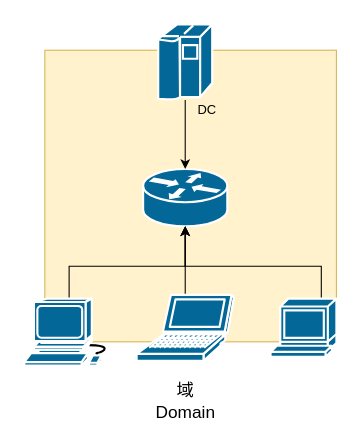
Before: assets/img/Integrated/Windows/笔记/域/2.drawio in ffffffff0x/1earn, a draw.io diagram. Source tidied: cells renumbered, new cells numbered last; positions are measured from the earlier drawing's top-left corner, leaving out a move shared by most shapes. Both pictures are drawn from the tidied source at 108%, with x=0, y=0 at pixel (24, 24).
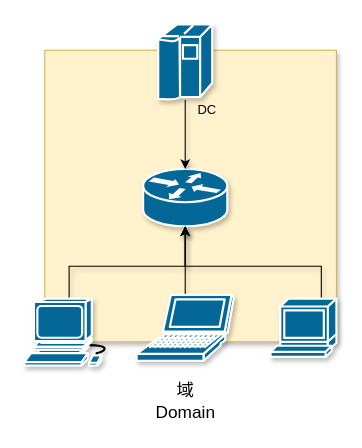
The same diagram, later.

Change to the diagram source:
```diff
@@
 <mxGraphModel>
   <root>
     <mxCell id="0" />
     <mxCell id="1" parent="0" />
-    <mxCell id="2" style="whiteSpace=wrap;html=1;fillColor=#fff2cc;strokeColor=#d6b656;" parent="1" vertex="1">
+    <mxCell id="2" style="whiteSpace=wrap;html=1;fillColor=#fff2cc;strokeColor=#d6b656;shadow=1;" parent="1" vertex="1">
       <mxGeometry x="19" y="24" width="270" height="270" as="geometry" />
     </mxCell>
-    <mxCell id="3" style="shape=mxgraph.cisco.routers.router;html=1;dashed=0;fillColor=#036897;strokeColor=#ffffff;strokeWidth=2;verticalLabelPosition=bottom;verticalAlign=top;align=center;outlineConnect=0;" parent="1" vertex="1">
+    <mxCell id="3" style="shape=mxgraph.cisco.routers.router;html=1;dashed=0;fillColor=#036897;strokeColor=#ffffff;strokeWidth=2;verticalLabelPosition=bottom;verticalAlign=top;align=center;outlineConnect=0;shadow=1;" parent="1" vertex="1">
       <mxGeometry x="110" y="134" width="78" height="53" as="geometry" />
     </mxCell>
-    <mxCell id="4" style="edgeStyle=orthogonalEdgeStyle;rounded=0;jettySize=auto;html=1;" parent="1" edge="1" source="5" target="3">
+    <mxCell id="4" style="edgeStyle=orthogonalEdgeStyle;rounded=0;jettySize=auto;html=1;shadow=1;" parent="1" edge="1" source="5" target="3">
       <mxGeometry relative="1" as="geometry" />
     </mxCell>
-    <mxCell id="5" style="shape=mxgraph.cisco.computers_and_peripherals.laptop;html=1;dashed=0;fillColor=#036897;strokeColor=#ffffff;strokeWidth=2;verticalLabelPosition=bottom;verticalAlign=top;align=center;outlineConnect=0;" parent="1" vertex="1">
+    <mxCell id="5" style="shape=mxgraph.cisco.computers_and_peripherals.laptop;html=1;dashed=0;fillColor=#036897;strokeColor=#ffffff;strokeWidth=2;verticalLabelPosition=bottom;verticalAlign=top;align=center;outlineConnect=0;shadow=1;" parent="1" vertex="1">
       <mxGeometry x="104" y="250.5" width="90" height="61" as="geometry" />
     </mxCell>
-    <mxCell id="6" style="edgeStyle=orthogonalEdgeStyle;rounded=0;jettySize=auto;html=1;" parent="1" edge="1" source="7" target="3">
+    <mxCell id="6" style="edgeStyle=orthogonalEdgeStyle;rounded=0;jettySize=auto;html=1;shadow=1;" parent="1" edge="1" source="7" target="3">
       <mxGeometry relative="1" as="geometry">
         <Array as="points">
           <mxPoint x="275" y="224" />
           <mxPoint x="149" y="224" />
         </Array>
       </mxGeometry>
     </mxCell>
-    <mxCell id="7" style="shape=mxgraph.cisco.computers_and_peripherals.terminal;html=1;dashed=0;fillColor=#036897;strokeColor=#ffffff;strokeWidth=2;verticalLabelPosition=bottom;verticalAlign=top;align=center;outlineConnect=0;" parent="1" vertex="1">
+    <mxCell id="7" style="shape=mxgraph.cisco.computers_and_peripherals.terminal;html=1;dashed=0;fillColor=#036897;strokeColor=#ffffff;strokeWidth=2;verticalLabelPosition=bottom;verticalAlign=top;align=center;outlineConnect=0;shadow=1;" parent="1" vertex="1">
       <mxGeometry x="228" y="254" width="61" height="54" as="geometry" />
     </mxCell>
-    <mxCell id="8" style="edgeStyle=orthogonalEdgeStyle;rounded=0;jettySize=auto;html=1;" parent="1" edge="1" source="9" target="3">
+    <mxCell id="8" style="edgeStyle=orthogonalEdgeStyle;rounded=0;jettySize=auto;html=1;shadow=1;" parent="1" edge="1" source="9" target="3">
       <mxGeometry relative="1" as="geometry">
         <Array as="points">
           <mxPoint x="42" y="224" />
           <mxPoint x="149" y="224" />
         </Array>
       </mxGeometry>
     </mxCell>
-    <mxCell id="9" style="shape=mxgraph.cisco.computers_and_peripherals.workstation;html=1;dashed=0;fillColor=#036897;strokeColor=#ffffff;strokeWidth=2;verticalLabelPosition=bottom;verticalAlign=top;align=center;outlineConnect=0;" parent="1" vertex="1">
+    <mxCell id="9" style="shape=mxgraph.cisco.computers_and_peripherals.workstation;html=1;dashed=0;fillColor=#036897;strokeColor=#ffffff;strokeWidth=2;verticalLabelPosition=bottom;verticalAlign=top;align=center;outlineConnect=0;shadow=1;" parent="1" vertex="1">
       <mxGeometry y="254" width="83" height="62" as="geometry" />
     </mxCell>
-    <mxCell id="10" style="edgeStyle=orthogonalEdgeStyle;rounded=0;jettySize=auto;html=1;fontSize=16;" parent="1" edge="1" source="11" target="3">
+    <mxCell id="10" style="edgeStyle=orthogonalEdgeStyle;rounded=0;jettySize=auto;html=1;fontSize=16;shadow=1;" parent="1" edge="1" source="11" target="3">
       <mxGeometry relative="1" as="geometry" />
     </mxCell>
-    <mxCell id="11" style="shape=mxgraph.cisco.computers_and_peripherals.ibm_mainframe;html=1;dashed=0;fillColor=#036897;strokeColor=#ffffff;strokeWidth=2;verticalLabelPosition=bottom;verticalAlign=top;align=center;outlineConnect=0;" parent="1" vertex="1">
+    <mxCell id="11" style="shape=mxgraph.cisco.computers_and_peripherals.ibm_mainframe;html=1;dashed=0;fillColor=#036897;strokeColor=#ffffff;strokeWidth=2;verticalLabelPosition=bottom;verticalAlign=top;align=center;outlineConnect=0;shadow=1;" parent="1" vertex="1">
       <mxGeometry x="124" width="50" height="70" as="geometry" />
     </mxCell>
-    <mxCell id="12" value="域&lt;br style=&quot;font-size: 16px&quot;&gt;Domain" style="text;html=1;align=center;verticalAlign=middle;fontSize=16;" parent="1" vertex="1">
+    <mxCell id="12" value="域&lt;br style=&quot;font-size: 16px&quot;&gt;Domain" style="text;html=1;align=center;verticalAlign=middle;fontSize=16;shadow=1;" parent="1" vertex="1">
       <mxGeometry x="114" y="329" width="70" height="40" as="geometry" />
     </mxCell>
-    <mxCell id="13" value="DC" style="text;html=1;align=center;verticalAlign=middle;" parent="1" vertex="1">
+    <mxCell id="13" value="DC" style="text;html=1;align=center;verticalAlign=middle;shadow=1;" parent="1" vertex="1">
       <mxGeometry x="154" y="70" width="30" height="20" as="geometry" />
     </mxCell>
   </root>
 </mxGraphModel>
```
